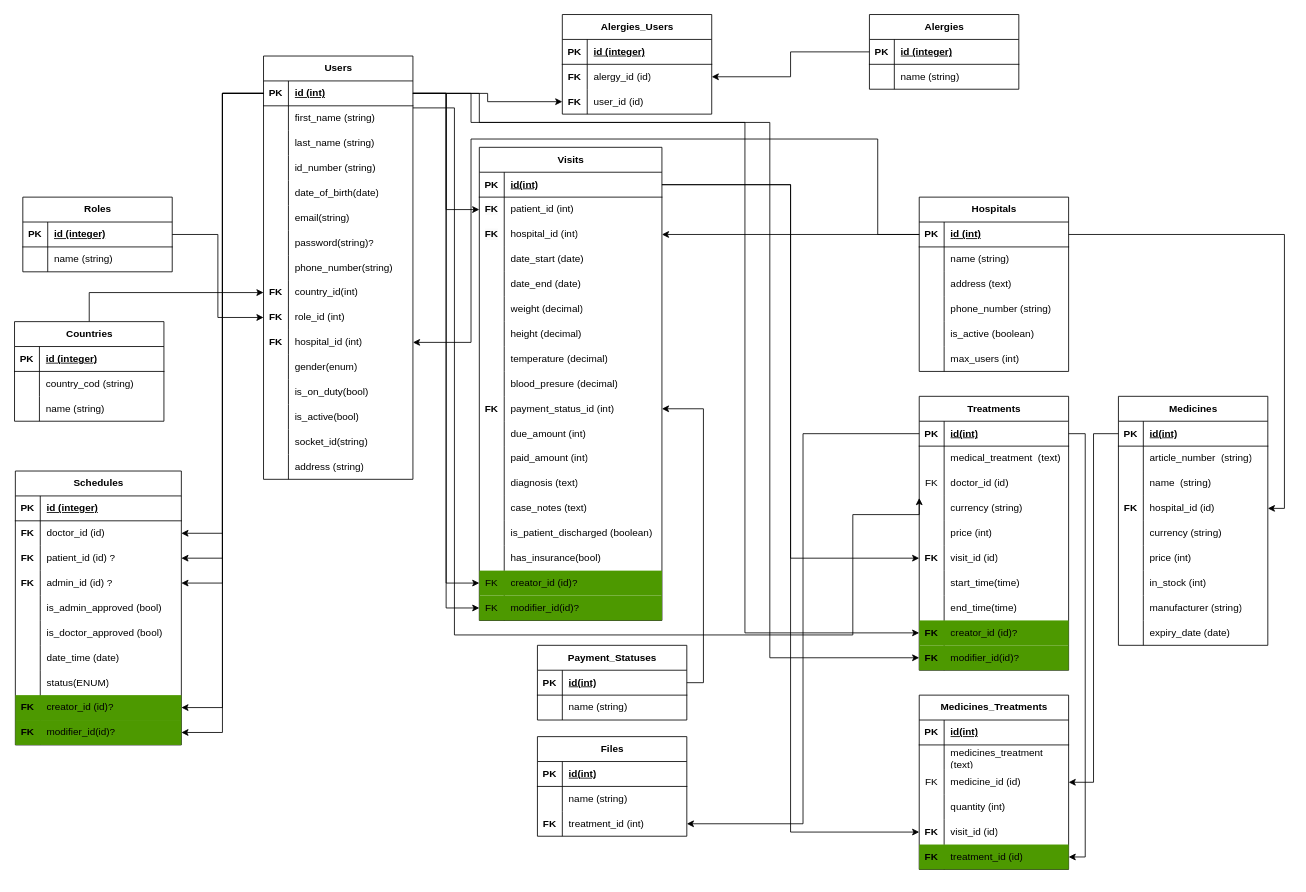
The draw.io diagram Untitled Diagram.drawio in fao30/hospital-management-be, before the edit. Source tidied: cells renumbered, new cells numbered last; positions are measured from the earlier drawing's top-left corner, leaving out a move shared by most shapes. Both pictures are drawn from the tidied source at 83%, with x=0, y=0 at pixel (14, 14).
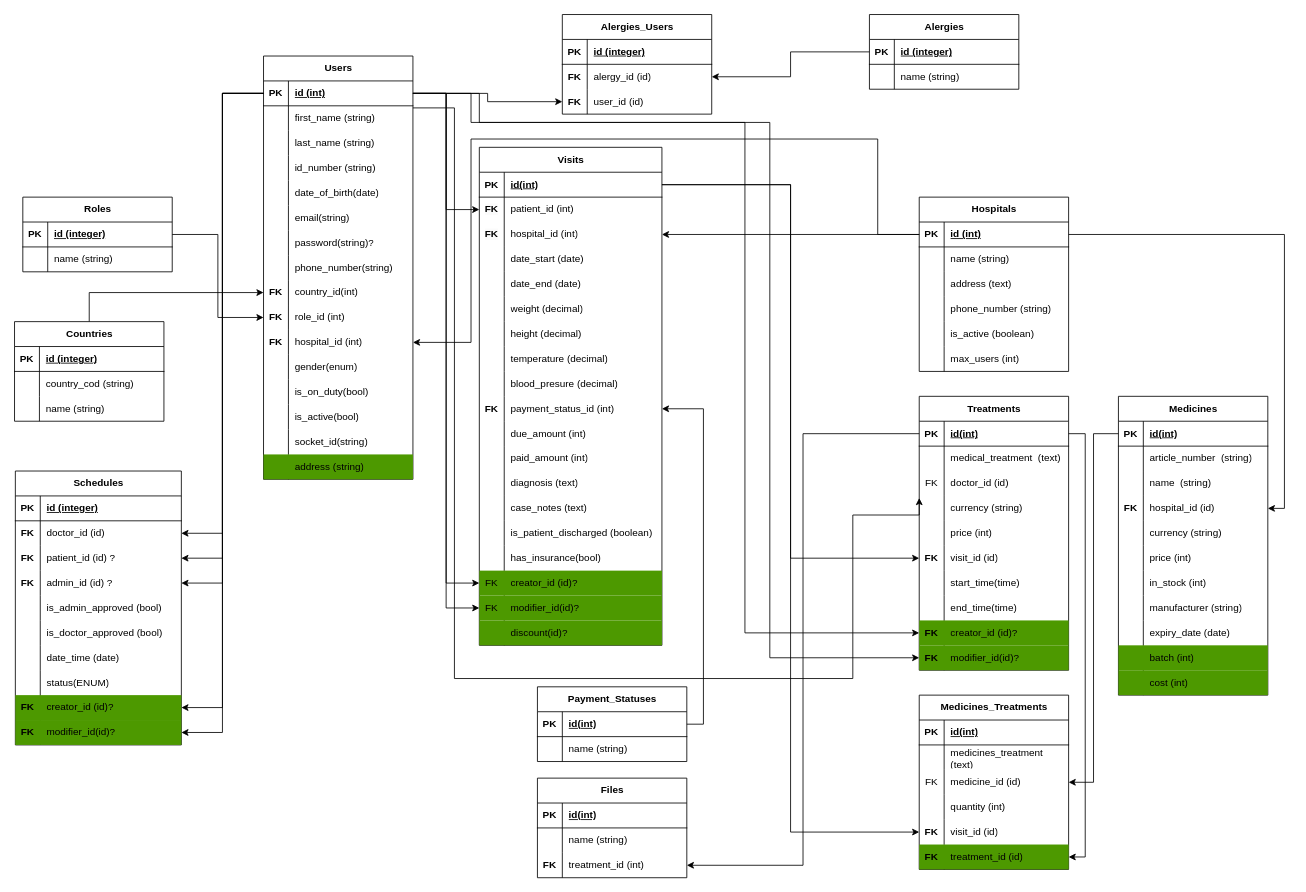
Above is the later version.

Unchanged cells that the change refers to:
```xml
<mxCell id="28" value="Users" style="shape=table;startSize=30;childLayout=tableLayout;rowLines=0;fontStyle=1;align=center;html=1;" parent="1" vertex="1">
  <mxGeometry x="300" y="50" width="180" height="510" as="geometry" />
</mxCell>
```

The edit, as a diff of the source:
```diff
@@
-    <mxCell id="74" style="shape=tableRow;horizontal=0;startSize=0;swimlaneHead=0;swimlaneBody=0;fillColor=none;top=0;left=0;right=0;bottom=0;" parent="28" vertex="1">
+    <mxCell id="74" style="shape=tableRow;horizontal=0;startSize=0;swimlaneHead=0;swimlaneBody=0;fillColor=#4D9900;top=0;left=0;right=0;bottom=0;" parent="28" vertex="1">
       <mxGeometry y="480" width="180" height="30" as="geometry" />
     </mxCell>
@@
     <mxCell id="89" value="Visits" style="shape=table;startSize=30;childLayout=tableLayout;rowLines=0;fontStyle=1;align=center;html=1;" parent="1" vertex="1">
-      <mxGeometry x="560" y="160" width="220" height="570" as="geometry" />
+      <mxGeometry x="560" y="160" width="220" height="600" as="geometry" />
     </mxCell>
@@
+    <mxCell id="309" style="shape=tableRow;horizontal=0;startSize=0;swimlaneHead=0;swimlaneBody=0;fillColor=#4D9900;top=0;left=0;right=0;bottom=0;" parent="89" vertex="1">
+      <mxGeometry y="570" width="220" height="30" as="geometry" />
+    </mxCell>
+    <mxCell id="310" style="shape=partialRectangle;fillColor=none;top=0;left=0;bottom=0;right=0;overflow=hidden;whiteSpace=wrap;html=1;" parent="309" vertex="1">
+      <mxGeometry width="30" height="30" as="geometry" />
+    </mxCell>
+    <mxCell id="311" value="discount(id)?" style="shape=partialRectangle;fillColor=none;top=0;left=0;bottom=0;right=0;align=left;spacingLeft=6;overflow=hidden;whiteSpace=wrap;html=1;" parent="309" vertex="1">
+      <mxGeometry x="30" width="190" height="30" as="geometry" />
+    </mxCell>
@@
     <mxCell id="178" style="edgeStyle=orthogonalEdgeStyle;rounded=0;orthogonalLoop=1;jettySize=auto;html=1;entryX=0;entryY=0.5;entryDx=0;entryDy=0;" parent="1" edge="1">
       <mxGeometry relative="1" as="geometry">
         <mxPoint x="480" y="112.5" as="sourcePoint" />
         <mxPoint x="1090" y="582.5" as="targetPoint" />
         <Array as="points">
-          <mxPoint x="530" y="112.5" />
-          <mxPoint x="530" y="747.5" />
-          <mxPoint x="1010" y="747.5" />
-          <mxPoint x="1010" y="602.5" />
+          <mxPoint x="530" y="113" />
+          <mxPoint x="530" y="800" />
+          <mxPoint x="1010" y="800" />
+          <mxPoint x="1010" y="603" />
+          <mxPoint x="1090" y="603" />
         </Array>
       </mxGeometry>
     </mxCell>
     <mxCell id="179" value="Payment_Statuses" style="shape=table;startSize=30;childLayout=tableLayout;rowLines=0;fontStyle=1;align=center;html=1;" parent="1" vertex="1">
-      <mxGeometry x="630" y="760" width="180" height="90" as="geometry" />
+      <mxGeometry x="630" y="810" width="180" height="90" as="geometry" />
     </mxCell>
@@
     <mxCell id="187" value="Medicines" style="shape=table;startSize=30;childLayout=tableLayout;rowLines=0;fontStyle=1;align=center;html=1;" parent="1" vertex="1">
-      <mxGeometry x="1330" y="460" width="180" height="300" as="geometry" />
+      <mxGeometry x="1330" y="460" width="180" height="360" as="geometry" />
     </mxCell>
@@
+    <mxCell id="312" style="shape=tableRow;horizontal=0;startSize=0;swimlaneHead=0;swimlaneBody=0;fillColor=#4D9900;top=0;left=0;right=0;bottom=0;" parent="187" vertex="1">
+      <mxGeometry y="300" width="180" height="30" as="geometry" />
+    </mxCell>
+    <mxCell id="313" style="shape=partialRectangle;fillColor=none;top=0;left=0;bottom=0;right=0;overflow=hidden;whiteSpace=wrap;html=1;" parent="312" vertex="1">
+      <mxGeometry width="30" height="30" as="geometry" />
+    </mxCell>
+    <mxCell id="314" value="&lt;span style=&quot;&quot;&gt;batch (int)&lt;/span&gt;" style="shape=partialRectangle;fillColor=none;top=0;left=0;bottom=0;right=0;align=left;spacingLeft=6;overflow=hidden;whiteSpace=wrap;html=1;" parent="312" vertex="1">
+      <mxGeometry x="30" width="150" height="30" as="geometry" />
+    </mxCell>
+    <mxCell id="315" style="shape=tableRow;horizontal=0;startSize=0;swimlaneHead=0;swimlaneBody=0;fillColor=#4D9900;top=0;left=0;right=0;bottom=0;" parent="187" vertex="1">
+      <mxGeometry y="330" width="180" height="30" as="geometry" />
+    </mxCell>
+    <mxCell id="316" style="shape=partialRectangle;fillColor=none;top=0;left=0;bottom=0;right=0;overflow=hidden;whiteSpace=wrap;html=1;" parent="315" vertex="1">
+      <mxGeometry width="30" height="30" as="geometry" />
+    </mxCell>
+    <mxCell id="317" value="&lt;span style=&quot;&quot;&gt;cost (int)&lt;/span&gt;" style="shape=partialRectangle;fillColor=none;top=0;left=0;bottom=0;right=0;align=left;spacingLeft=6;overflow=hidden;whiteSpace=wrap;html=1;" parent="315" vertex="1">
+      <mxGeometry x="30" width="150" height="30" as="geometry" />
+    </mxCell>
@@
     <mxCell id="237" value="Files" style="shape=table;startSize=30;childLayout=tableLayout;rowLines=0;fontStyle=1;align=center;html=1;fillColor=none;" parent="1" vertex="1">
-      <mxGeometry x="630" y="870" width="180" height="120" as="geometry" />
+      <mxGeometry x="630" y="920" width="180" height="120" as="geometry" />
     </mxCell>
```
